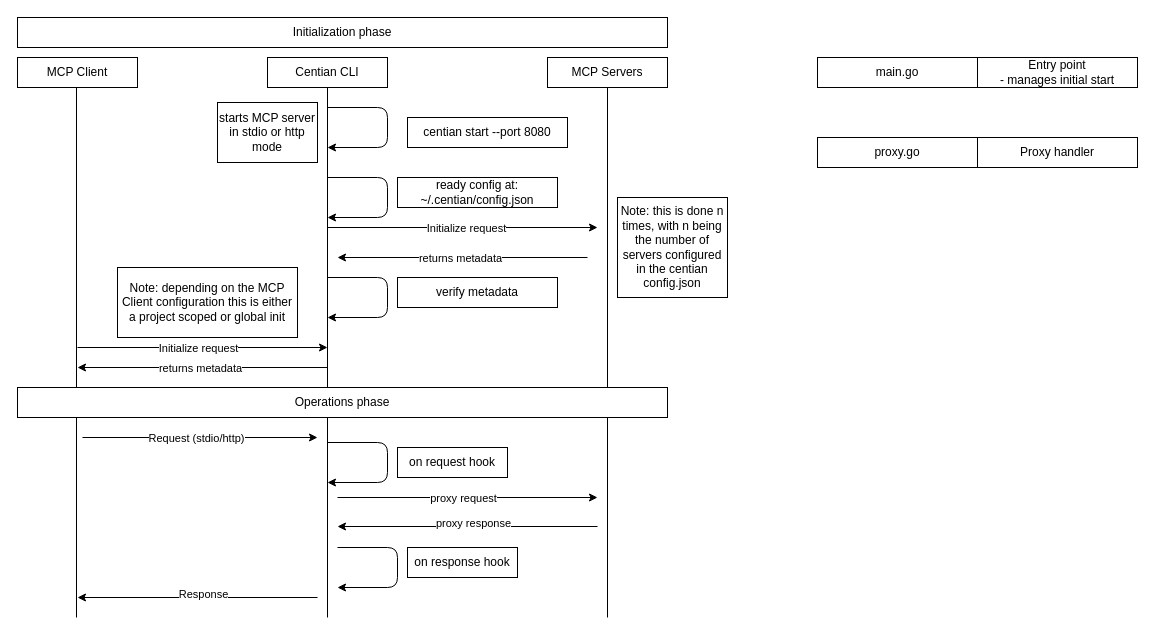
The draw.io diagram docs/code_architecture.drawio in T4cceptor/centian, before the edit. Source tidied: cells renumbered, new cells numbered last; positions are measured from the earlier drawing's top-left corner, leaving out a move shared by most shapes. Both pictures are drawn from the tidied source at 100%, with x=0, y=0 at pixel (17, 17).
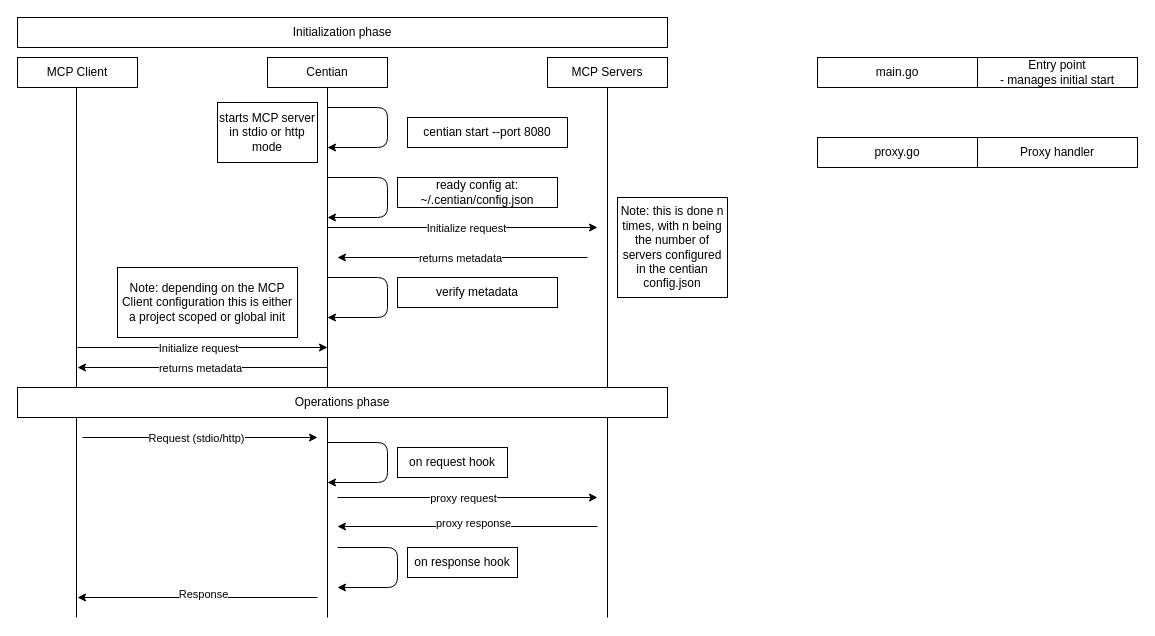
Above is the later version.

The edit, as a diff of the source:
```diff
@@
-    <mxCell id="3" value="Centian CLI" style="rounded=0;whiteSpace=wrap;html=1;" parent="1" vertex="1">
+    <mxCell id="3" value="Centian" style="rounded=0;whiteSpace=wrap;html=1;" parent="1" vertex="1">
       <mxGeometry x="250" y="40" width="120" height="30" as="geometry" />
     </mxCell>
```
